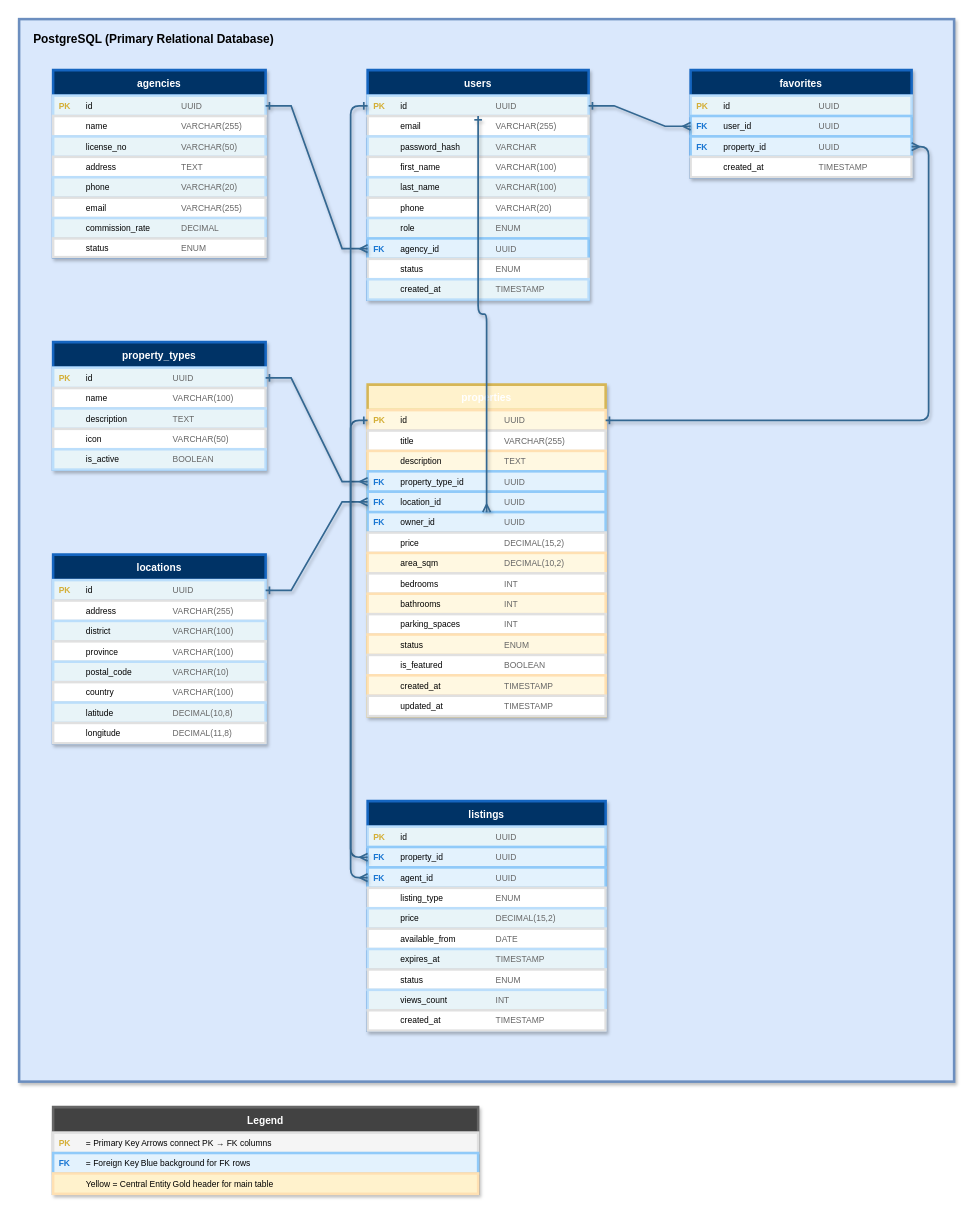
Earlier version of the draw.io diagram claude-md-drawio/sample-property-agent-database-erd.drawio (MrParkerZ7/mono-poc-claude-prompt-diagram-generator). Source tidied: cells renumbered, new cells numbered last; positions are measured from the earlier drawing's top-left corner, leaving out a move shared by most shapes. Both pictures are drawn from the tidied source at 85%, with x=0, y=0 at pixel (19, 19).
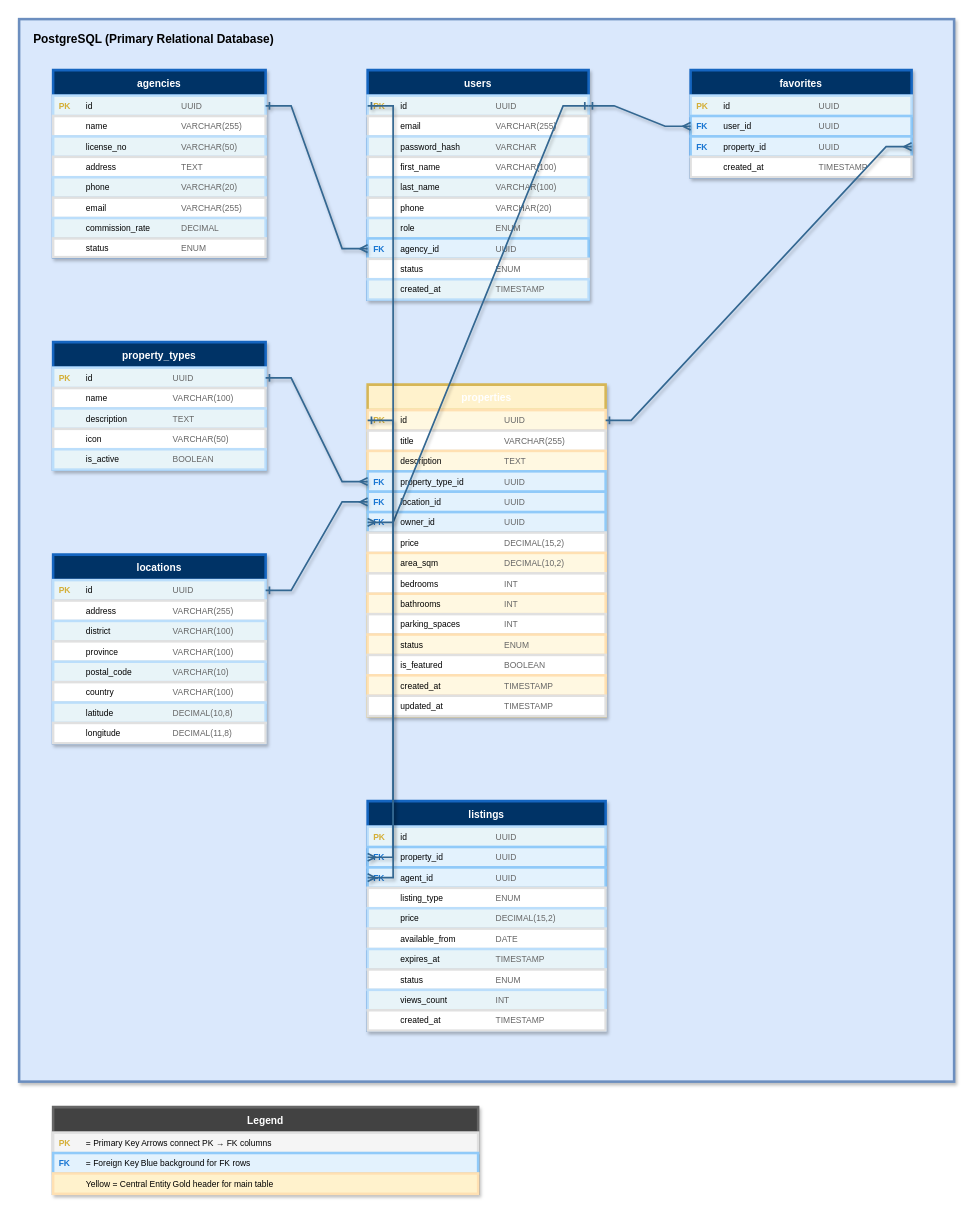
The same page after the edit.

Commit message:
Use entityRelationEdgeStyle with horizontal-only connections for all ER arrows

Changed 4 relationship arrows from orthogonalEdgeStyle (vertical routing) to
entityRelationEdgeStyle with side-to-side connections:
- rel-properties-favorites: right side to right side
- rel-users-properties: right side to left side (was vertical)
- rel-properties-listings: left side to left side
- rel-users-listings: left side to left side

Unchanged cells that the change refers to:
```xml
<mxCell id="13" value="&lt;table style='width:100%;border-collapse:collapse'&gt;&lt;tr&gt;&lt;td style='width:30px;color:#D4AF37;font-weight:bold'&gt;PK&lt;/td&gt;&lt;td style='width:110px'&gt;id&lt;/td&gt;&lt;td style='color:#666'&gt;UUID&lt;/td&gt;&lt;/tr&gt;&lt;/table&gt;" style="text;strokeColor=#BBDEFB;strokeWidth=3;fillColor=#E8F4F8;align=left;verticalAlign=middle;spacingLeft=4;spacingRight=4;overflow=hidden;points=[[0,0.5],[1,0.5]];portConstraint=eastwest;html=1;fontSize=10;" parent="12" vertex="1">
  <mxGeometry y="30" width="260" height="24" as="geometry" />
</mxCell>
<mxCell id="26" value="&lt;table style='width:100%;border-collapse:collapse'&gt;&lt;tr&gt;&lt;td style='width:30px;color:#1976D2;font-weight:bold'&gt;FK&lt;/td&gt;&lt;td style='width:110px'&gt;property_id&lt;/td&gt;&lt;td style='color:#666'&gt;UUID&lt;/td&gt;&lt;/tr&gt;&lt;/table&gt;" style="text;strokeColor=#90CAF9;strokeWidth=3;fillColor=#E3F2FD;align=left;verticalAlign=middle;spacingLeft=4;spacingRight=4;overflow=hidden;points=[[0,0.5],[1,0.5]];portConstraint=eastwest;html=1;fontSize=10;" parent="23" vertex="1">
  <mxGeometry y="78" width="260" height="24" as="geometry" />
</mxCell>
<mxCell id="44" value="&lt;table style='width:100%;border-collapse:collapse'&gt;&lt;tr&gt;&lt;td style='width:30px;color:#D4AF37;font-weight:bold'&gt;PK&lt;/td&gt;&lt;td style='width:120px'&gt;id&lt;/td&gt;&lt;td style='color:#666'&gt;UUID&lt;/td&gt;&lt;/tr&gt;&lt;/table&gt;" style="text;strokeColor=#FFE0B2;strokeWidth=3;fillColor=#FFF8E1;align=left;verticalAlign=middle;spacingLeft=4;spacingRight=4;overflow=hidden;points=[[0,0.5],[1,0.5]];portConstraint=eastwest;html=1;fontSize=10;" parent="43" vertex="1">
  <mxGeometry y="30" width="280" height="24" as="geometry" />
</mxCell>
<mxCell id="49" value="&lt;table style='width:100%;border-collapse:collapse'&gt;&lt;tr&gt;&lt;td style='width:30px;color:#1976D2;font-weight:bold'&gt;FK&lt;/td&gt;&lt;td style='width:120px'&gt;owner_id&lt;/td&gt;&lt;td style='color:#666'&gt;UUID&lt;/td&gt;&lt;/tr&gt;&lt;/table&gt;" style="text;strokeColor=#90CAF9;strokeWidth=3;fillColor=#E3F2FD;align=left;verticalAlign=middle;spacingLeft=4;spacingRight=4;overflow=hidden;points=[[0,0.5],[1,0.5]];portConstraint=eastwest;html=1;fontSize=10;" parent="43" vertex="1">
  <mxGeometry y="150" width="280" height="24" as="geometry" />
</mxCell>
<mxCell id="61" value="&lt;table style='width:100%;border-collapse:collapse'&gt;&lt;tr&gt;&lt;td style='width:30px;color:#1976D2;font-weight:bold'&gt;FK&lt;/td&gt;&lt;td style='width:110px'&gt;property_id&lt;/td&gt;&lt;td style='color:#666'&gt;UUID&lt;/td&gt;&lt;/tr&gt;&lt;/table&gt;" style="text;strokeColor=#90CAF9;strokeWidth=3;fillColor=#E3F2FD;align=left;verticalAlign=middle;spacingLeft=4;spacingRight=4;overflow=hidden;points=[[0,0.5],[1,0.5]];portConstraint=eastwest;html=1;fontSize=10;" parent="59" vertex="1">
  <mxGeometry y="54" width="280" height="24" as="geometry" />
</mxCell>
<mxCell id="62" value="&lt;table style='width:100%;border-collapse:collapse'&gt;&lt;tr&gt;&lt;td style='width:30px;color:#1976D2;font-weight:bold'&gt;FK&lt;/td&gt;&lt;td style='width:110px'&gt;agent_id&lt;/td&gt;&lt;td style='color:#666'&gt;UUID&lt;/td&gt;&lt;/tr&gt;&lt;/table&gt;" style="text;strokeColor=#90CAF9;strokeWidth=3;fillColor=#E3F2FD;align=left;verticalAlign=middle;spacingLeft=4;spacingRight=4;overflow=hidden;points=[[0,0.5],[1,0.5]];portConstraint=eastwest;html=1;fontSize=10;" parent="59" vertex="1">
  <mxGeometry y="78" width="280" height="24" as="geometry" />
</mxCell>
```

What changed in the source:
```diff
@@
-    <mxCell id="72" style="edgeStyle=orthogonalEdgeStyle;rounded=1;jettySize=auto;html=1;strokeColor=#336791;strokeWidth=2;startArrow=ERone;startFill=0;endArrow=ERmany;endFill=0;shadow=1;exitX=1;exitY=0.5;entryX=1;entryY=0.5;" parent="1" edge="1" source="44" target="26">
+    <mxCell id="72" style="edgeStyle=entityRelationEdgeStyle;rounded=0;jettySize=auto;html=1;strokeColor=#336791;strokeWidth=2;startArrow=ERone;startFill=0;endArrow=ERmany;endFill=0;shadow=1;exitX=1;exitY=0.5;entryX=1;entryY=0.5;" parent="1" edge="1" source="44" target="26">
       <mxGeometry relative="1" as="geometry" />
     </mxCell>
@@
-    <mxCell id="75" style="edgeStyle=orthogonalEdgeStyle;rounded=1;jettySize=auto;html=1;strokeColor=#336791;strokeWidth=2;startArrow=ERone;startFill=0;endArrow=ERmany;endFill=0;shadow=1;exitX=0.5;exitY=1;entryX=0.5;entryY=0;" parent="1" edge="1" source="13" target="49">
+    <mxCell id="75" style="edgeStyle=entityRelationEdgeStyle;rounded=0;jettySize=auto;html=1;strokeColor=#336791;strokeWidth=2;startArrow=ERone;startFill=0;endArrow=ERmany;endFill=0;shadow=1;exitX=1;exitY=0.5;entryX=0;entryY=0.5;" parent="1" edge="1" source="13" target="49">
       <mxGeometry relative="1" as="geometry" />
     </mxCell>
-    <mxCell id="76" style="edgeStyle=orthogonalEdgeStyle;rounded=1;jettySize=auto;html=1;strokeColor=#336791;strokeWidth=2;startArrow=ERone;startFill=0;endArrow=ERmany;endFill=0;shadow=1;exitX=0;exitY=0.5;entryX=0;entryY=0.5;" parent="1" edge="1" source="44" target="61">
+    <mxCell id="76" style="edgeStyle=entityRelationEdgeStyle;rounded=0;jettySize=auto;html=1;strokeColor=#336791;strokeWidth=2;startArrow=ERone;startFill=0;endArrow=ERmany;endFill=0;shadow=1;exitX=0;exitY=0.5;entryX=0;entryY=0.5;" parent="1" edge="1" source="44" target="61">
       <mxGeometry relative="1" as="geometry" />
     </mxCell>
-    <mxCell id="77" style="edgeStyle=orthogonalEdgeStyle;rounded=1;jettySize=auto;html=1;strokeColor=#336791;strokeWidth=2;startArrow=ERone;startFill=0;endArrow=ERmany;endFill=0;shadow=1;exitX=0;exitY=0.5;entryX=0;entryY=0.5;" parent="1" edge="1" source="13" target="62">
+    <mxCell id="77" style="edgeStyle=entityRelationEdgeStyle;rounded=0;jettySize=auto;html=1;strokeColor=#336791;strokeWidth=2;startArrow=ERone;startFill=0;endArrow=ERmany;endFill=0;shadow=1;exitX=0;exitY=0.5;entryX=0;entryY=0.5;" parent="1" edge="1" source="13" target="62">
       <mxGeometry relative="1" as="geometry" />
     </mxCell>
```
